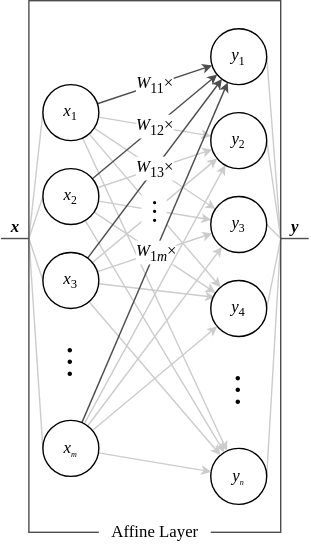
Earlier version of the draw.io export img/affine.svg (dragoon8192/LaundryTag). Source tidied: cells renumbered, new cells last; positions are measured from the earlier drawing's top-left corner, leaving out a move shared by most shapes. Source of this version:
```xml
<mxGraphModel>
  <root>
    <mxCell id="0" />
    <mxCell id="1" parent="0" />
    <mxCell id="2" style="endArrow=classic;html=1;rounded=0;labelBackgroundColor=default;sketch=0;strokeColor=#CCCCCC;strokeWidth=1;fontFamily=Times New Roman;fontSize=12;fontColor=default;startSize=4;endSize=4;sourcePerimeterSpacing=0;targetPerimeterSpacing=0;shape=connector;jumpStyle=none;jumpSize=4;" parent="1" edge="1" source="41" target="47">
      <mxGeometry relative="1" as="geometry" />
    </mxCell>
    <mxCell id="3" style="endArrow=classic;html=1;rounded=0;labelBackgroundColor=default;sketch=0;strokeColor=#CCCCCC;strokeWidth=1;fontFamily=Times New Roman;fontSize=12;fontColor=default;startSize=4;endSize=4;sourcePerimeterSpacing=0;targetPerimeterSpacing=0;shape=connector;jumpStyle=none;jumpSize=4;" parent="1" edge="1" source="43" target="46">
      <mxGeometry relative="1" as="geometry" />
    </mxCell>
    <mxCell id="4" style="endArrow=classic;html=1;rounded=0;labelBackgroundColor=default;sketch=0;strokeColor=#CCCCCC;strokeWidth=1;fontFamily=Times New Roman;fontSize=12;fontColor=default;startSize=4;endSize=4;sourcePerimeterSpacing=0;targetPerimeterSpacing=0;shape=connector;jumpStyle=none;jumpSize=4;" parent="1" edge="1" source="42" target="48">
      <mxGeometry relative="1" as="geometry" />
    </mxCell>
    <mxCell id="5" style="endArrow=none;html=1;rounded=0;strokeColor=#CCCCCC;entryX=1;entryY=0.5;entryDx=0;entryDy=0;" parent="1" edge="1" target="45">
      <mxGeometry relative="1" as="geometry">
        <mxPoint x="200" y="170" as="sourcePoint" />
      </mxGeometry>
    </mxCell>
    <mxCell id="6" style="endArrow=none;html=1;rounded=0;strokeColor=#CCCCCC;entryX=1;entryY=0.5;entryDx=0;entryDy=0;" parent="1" edge="1" target="46">
      <mxGeometry relative="1" as="geometry">
        <mxPoint x="200" y="170" as="sourcePoint" />
      </mxGeometry>
    </mxCell>
    <mxCell id="7" style="endArrow=none;html=1;rounded=0;strokeColor=#CCCCCC;entryX=1;entryY=0.5;entryDx=0;entryDy=0;" parent="1" edge="1" target="48">
      <mxGeometry relative="1" as="geometry">
        <mxPoint x="200" y="170" as="sourcePoint" />
      </mxGeometry>
    </mxCell>
    <mxCell id="8" style="endArrow=none;html=1;rounded=0;strokeColor=#CCCCCC;entryX=1;entryY=0.5;entryDx=0;entryDy=0;exitX=1;exitY=0.5;exitDx=0;exitDy=0;" parent="1" edge="1" source="47">
      <mxGeometry relative="1" as="geometry">
        <mxPoint x="200" y="170" as="targetPoint" />
      </mxGeometry>
    </mxCell>
    <mxCell id="9" style="endArrow=none;html=1;rounded=0;strokeColor=#CCCCCC;exitX=1;exitY=0.5;exitDx=0;exitDy=0;" parent="1" edge="1" source="17">
      <mxGeometry relative="1" as="geometry">
        <mxPoint x="200" y="170" as="targetPoint" />
      </mxGeometry>
    </mxCell>
    <mxCell id="10" style="endArrow=none;html=1;rounded=0;strokeColor=#CCCCCC;entryX=0;entryY=0.5;entryDx=0;entryDy=0;" parent="1" edge="1" target="41">
      <mxGeometry relative="1" as="geometry">
        <mxPoint x="20" y="170" as="sourcePoint" />
      </mxGeometry>
    </mxCell>
    <mxCell id="11" style="endArrow=none;html=1;rounded=0;strokeColor=#CCCCCC;entryX=0;entryY=0.5;entryDx=0;entryDy=0;" parent="1" edge="1" target="42">
      <mxGeometry relative="1" as="geometry">
        <mxPoint x="20" y="170" as="sourcePoint" />
      </mxGeometry>
    </mxCell>
    <mxCell id="12" style="endArrow=none;html=1;rounded=0;strokeColor=#CCCCCC;entryX=0;entryY=0.5;entryDx=0;entryDy=0;" parent="1" edge="1" target="43">
      <mxGeometry relative="1" as="geometry">
        <mxPoint x="20" y="170" as="sourcePoint" />
      </mxGeometry>
    </mxCell>
    <mxCell id="13" style="endArrow=none;html=1;rounded=0;strokeColor=#CCCCCC;entryX=0;entryY=0.5;entryDx=0;entryDy=0;" parent="1" edge="1" target="44">
      <mxGeometry relative="1" as="geometry">
        <mxPoint x="20" y="170" as="sourcePoint" />
      </mxGeometry>
    </mxCell>
    <mxCell id="14" style="group;labelBackgroundColor=none;spacing=0;" parent="1" vertex="1">
      <mxGeometry x="20" width="180" height="390" as="geometry" />
    </mxCell>
    <mxCell id="15" style="rounded=0;whiteSpace=wrap;html=1;strokeWidth=1;fontFamily=Times New Roman;fontSize=12;fontColor=default;fillColor=none;strokeColor=#4D4D4D;" parent="14" vertex="1">
      <mxGeometry width="180" height="380" as="geometry" />
    </mxCell>
    <mxCell id="16" value="Affine Layer" style="text;html=1;align=center;verticalAlign=middle;strokeColor=none;fillColor=default;fontSize=12;fontFamily=Times New Roman;fontColor=default;spacing=0;" parent="14" vertex="1">
      <mxGeometry x="50" y="370" width="80" height="20" as="geometry" />
    </mxCell>
    <mxCell id="17" value="&lt;font face=&quot;Times New Roman&quot;&gt;&lt;i style=&quot;font-size: 12px;&quot;&gt;y&lt;/i&gt;&lt;i style=&quot;font-size: 6.94444px;&quot;&gt;&lt;sub&gt;n&lt;/sub&gt;&lt;/i&gt;&lt;/font&gt;" style="ellipse;whiteSpace=wrap;html=1;" parent="14" vertex="1">
      <mxGeometry x="130" y="320" width="40" height="40" as="geometry" />
    </mxCell>
    <mxCell id="18" value="&lt;span style=&quot;color: rgb(0, 0, 0); font-family: &amp;quot;Times New Roman&amp;quot;; font-size: 24px; font-style: normal; font-variant-ligatures: normal; font-variant-caps: normal; font-weight: 400; letter-spacing: normal; orphans: 2; text-indent: 0px; text-transform: none; widows: 2; word-spacing: 0px; -webkit-text-stroke-width: 0px; text-decoration-thickness: initial; text-decoration-style: initial; text-decoration-color: initial; float: none; display: inline !important;&quot;&gt;︙&lt;/span&gt;" style="text;whiteSpace=wrap;html=1;fontFamily=Times New Roman;align=center;verticalAlign=middle;fontSize=24;labelBackgroundColor=none;" parent="14" vertex="1">
      <mxGeometry x="20" y="240" width="20" height="40" as="geometry" />
    </mxCell>
    <mxCell id="19" value="&lt;span style=&quot;color: rgb(0, 0, 0); font-family: &amp;quot;Times New Roman&amp;quot;; font-size: 24px; font-style: normal; font-variant-ligatures: normal; font-variant-caps: normal; font-weight: 400; letter-spacing: normal; orphans: 2; text-indent: 0px; text-transform: none; widows: 2; word-spacing: 0px; -webkit-text-stroke-width: 0px; text-decoration-thickness: initial; text-decoration-style: initial; text-decoration-color: initial; float: none; display: inline !important;&quot;&gt;︙&lt;/span&gt;" style="text;whiteSpace=wrap;html=1;fontFamily=Times New Roman;align=center;verticalAlign=middle;fontSize=24;labelBackgroundColor=none;" parent="14" vertex="1">
      <mxGeometry x="140" y="260" width="20" height="40" as="geometry" />
    </mxCell>
    <mxCell id="20" value="&lt;span style=&quot;color: rgb(0, 0, 0); font-family: &amp;quot;Times New Roman&amp;quot;; font-style: normal; font-variant-ligatures: normal; font-variant-caps: normal; font-weight: 400; letter-spacing: normal; orphans: 2; text-indent: 0px; text-transform: none; widows: 2; word-spacing: 0px; -webkit-text-stroke-width: 0px; text-decoration-thickness: initial; text-decoration-style: initial; text-decoration-color: initial; float: none; display: inline !important;&quot;&gt;&lt;font style=&quot;font-size: 18px;&quot;&gt;︙&lt;/font&gt;&lt;/span&gt;" style="text;whiteSpace=wrap;html=1;fontFamily=Times New Roman;align=center;verticalAlign=middle;fontSize=24;spacing=0;labelBackgroundColor=default;" parent="14" vertex="1">
      <mxGeometry x="80" y="130" width="20" height="40" as="geometry" />
    </mxCell>
    <mxCell id="21" value="&lt;span style=&quot;font-size: 12px;&quot;&gt;&lt;i style=&quot;&quot;&gt;W&lt;/i&gt;&lt;/span&gt;&lt;sub&gt;11&lt;/sub&gt;×" style="endArrow=classic;html=1;rounded=0;labelBackgroundColor=default;sketch=0;strokeColor=#4D4D4D;strokeWidth=1;fontFamily=Times New Roman;fontSize=12;fontColor=default;startSize=4;endSize=4;sourcePerimeterSpacing=0;targetPerimeterSpacing=0;shape=connector;jumpStyle=none;jumpSize=4;" parent="1" edge="1" source="41" target="45">
      <mxGeometry relative="1" as="geometry" />
    </mxCell>
    <mxCell id="22" style="endArrow=classic;html=1;rounded=0;labelBackgroundColor=default;sketch=0;strokeColor=#CCCCCC;strokeWidth=1;fontFamily=Times New Roman;fontSize=12;fontColor=default;startSize=4;endSize=4;sourcePerimeterSpacing=0;targetPerimeterSpacing=0;shape=connector;jumpStyle=none;jumpSize=4;" parent="1" edge="1" source="42" target="46">
      <mxGeometry relative="1" as="geometry" />
    </mxCell>
    <mxCell id="23" style="endArrow=classic;html=1;rounded=0;labelBackgroundColor=default;sketch=0;strokeColor=#CCCCCC;strokeWidth=1;fontFamily=Times New Roman;fontSize=12;fontColor=default;startSize=4;endSize=4;sourcePerimeterSpacing=0;targetPerimeterSpacing=0;shape=connector;jumpStyle=none;jumpSize=4;" parent="1" edge="1" source="43" target="48">
      <mxGeometry relative="1" as="geometry" />
    </mxCell>
    <mxCell id="24" style="endArrow=classic;html=1;rounded=0;labelBackgroundColor=default;sketch=0;strokeColor=#CCCCCC;strokeWidth=1;fontFamily=Times New Roman;fontSize=12;fontColor=default;startSize=4;endSize=4;sourcePerimeterSpacing=0;targetPerimeterSpacing=0;shape=connector;jumpStyle=none;jumpSize=4;" parent="1" edge="1" source="41" target="46">
      <mxGeometry relative="1" as="geometry" />
    </mxCell>
    <mxCell id="25" style="endArrow=classic;html=1;rounded=0;labelBackgroundColor=default;sketch=0;strokeColor=#CCCCCC;strokeWidth=1;fontFamily=Times New Roman;fontSize=12;fontColor=default;startSize=4;endSize=4;sourcePerimeterSpacing=0;targetPerimeterSpacing=0;shape=connector;jumpStyle=none;jumpSize=4;" parent="1" edge="1" source="41" target="48">
      <mxGeometry relative="1" as="geometry" />
    </mxCell>
    <mxCell id="26" style="endArrow=classic;html=1;rounded=0;labelBackgroundColor=default;sketch=0;strokeColor=#CCCCCC;strokeWidth=1;fontFamily=Times New Roman;fontSize=12;fontColor=default;startSize=4;endSize=4;sourcePerimeterSpacing=0;targetPerimeterSpacing=0;shape=connector;jumpStyle=none;jumpSize=4;" parent="1" edge="1" source="41" target="17">
      <mxGeometry relative="1" as="geometry" />
    </mxCell>
    <mxCell id="27" style="endArrow=classic;html=1;rounded=0;labelBackgroundColor=default;sketch=0;strokeColor=#CCCCCC;strokeWidth=1;fontFamily=Times New Roman;fontSize=12;fontColor=default;startSize=4;endSize=4;sourcePerimeterSpacing=0;targetPerimeterSpacing=0;shape=connector;jumpStyle=none;jumpSize=4;" parent="1" edge="1" source="42" target="47">
      <mxGeometry relative="1" as="geometry" />
    </mxCell>
    <mxCell id="28" style="endArrow=classic;html=1;rounded=0;labelBackgroundColor=default;sketch=0;strokeColor=#CCCCCC;strokeWidth=1;fontFamily=Times New Roman;fontSize=12;fontColor=default;startSize=4;endSize=4;sourcePerimeterSpacing=0;targetPerimeterSpacing=0;shape=connector;jumpStyle=none;jumpSize=4;" parent="1" edge="1" source="42" target="17">
      <mxGeometry relative="1" as="geometry" />
    </mxCell>
    <mxCell id="29" style="endArrow=classic;html=1;rounded=0;labelBackgroundColor=default;sketch=0;strokeColor=#CCCCCC;strokeWidth=1;fontFamily=Times New Roman;fontSize=12;fontColor=default;startSize=4;endSize=4;sourcePerimeterSpacing=0;targetPerimeterSpacing=0;shape=connector;jumpStyle=none;jumpSize=4;entryX=0.074;entryY=0.301;entryDx=0;entryDy=0;entryPerimeter=0;" parent="1" edge="1" source="43" target="47">
      <mxGeometry relative="1" as="geometry" />
    </mxCell>
    <mxCell id="30" style="endArrow=classic;html=1;rounded=0;labelBackgroundColor=default;sketch=0;strokeColor=#CCCCCC;strokeWidth=1;fontFamily=Times New Roman;fontSize=12;fontColor=default;startSize=4;endSize=4;sourcePerimeterSpacing=0;targetPerimeterSpacing=0;shape=connector;jumpStyle=none;jumpSize=4;" parent="1" edge="1" source="43" target="17">
      <mxGeometry relative="1" as="geometry" />
    </mxCell>
    <mxCell id="31" style="endArrow=classic;html=1;rounded=0;labelBackgroundColor=default;sketch=0;strokeColor=#4D4D4D;strokeWidth=1;fontFamily=Times New Roman;fontSize=12;fontColor=default;startSize=4;endSize=4;sourcePerimeterSpacing=0;targetPerimeterSpacing=0;shape=connector;jumpStyle=none;jumpSize=4;" parent="1" edge="1" source="44" target="45">
      <mxGeometry relative="1" as="geometry" />
    </mxCell>
    <mxCell id="32" value="&lt;i&gt;W&lt;/i&gt;&lt;sub&gt;1&lt;i&gt;m&lt;/i&gt;&lt;/sub&gt;×" style="edgeLabel;html=1;align=center;verticalAlign=middle;fontSize=12;fontFamily=Times New Roman;fontColor=default;" parent="31" vertex="1">
      <mxGeometry x="0.1" y="-1" relative="1" as="geometry">
        <mxPoint x="-6" y="12" as="offset" />
      </mxGeometry>
    </mxCell>
    <mxCell id="33" style="endArrow=classic;html=1;rounded=0;labelBackgroundColor=default;sketch=0;strokeColor=#CCCCCC;strokeWidth=1;fontFamily=Times New Roman;fontSize=12;fontColor=default;startSize=4;endSize=4;sourcePerimeterSpacing=0;targetPerimeterSpacing=0;shape=connector;jumpStyle=none;jumpSize=4;" parent="1" edge="1" source="44" target="46">
      <mxGeometry relative="1" as="geometry" />
    </mxCell>
    <mxCell id="34" style="endArrow=classic;html=1;rounded=0;labelBackgroundColor=default;sketch=0;strokeColor=#CCCCCC;strokeWidth=1;fontFamily=Times New Roman;fontSize=12;fontColor=default;startSize=4;endSize=4;sourcePerimeterSpacing=0;targetPerimeterSpacing=0;shape=connector;jumpStyle=none;jumpSize=4;" parent="1" edge="1" source="44" target="48">
      <mxGeometry relative="1" as="geometry" />
    </mxCell>
    <mxCell id="35" style="endArrow=classic;html=1;rounded=0;labelBackgroundColor=default;sketch=0;strokeColor=#CCCCCC;strokeWidth=1;fontFamily=Times New Roman;fontSize=12;fontColor=default;startSize=4;endSize=4;sourcePerimeterSpacing=0;targetPerimeterSpacing=0;shape=connector;jumpStyle=none;jumpSize=4;" parent="1" edge="1" source="44" target="47">
      <mxGeometry relative="1" as="geometry" />
    </mxCell>
    <mxCell id="36" style="endArrow=classic;html=1;rounded=0;labelBackgroundColor=default;sketch=0;strokeColor=#CCCCCC;strokeWidth=1;fontFamily=Times New Roman;fontSize=12;fontColor=default;startSize=4;endSize=4;sourcePerimeterSpacing=0;targetPerimeterSpacing=0;shape=connector;jumpStyle=none;jumpSize=4;" parent="1" edge="1" source="44" target="17">
      <mxGeometry relative="1" as="geometry" />
    </mxCell>
    <mxCell id="37" value="&lt;b&gt;&lt;i&gt;x&lt;/i&gt;&lt;/b&gt;" style="endArrow=none;html=1;rounded=0;labelBackgroundColor=default;sketch=0;strokeColor=#4D4D4D;strokeWidth=1;fontFamily=Times New Roman;fontSize=12;fontColor=default;startSize=4;endSize=4;sourcePerimeterSpacing=0;targetPerimeterSpacing=0;shape=connector;jumpStyle=none;jumpSize=4;spacing=1;spacingLeft=0;labelBorderColor=none;verticalAlign=bottom;labelPosition=center;verticalLabelPosition=middle;align=center;" parent="1" edge="1">
      <mxGeometry relative="1" as="geometry">
        <mxPoint y="170" as="sourcePoint" />
        <mxPoint x="20" y="170" as="targetPoint" />
        <Array as="points">
          <mxPoint x="10" y="170" />
        </Array>
      </mxGeometry>
    </mxCell>
    <mxCell id="38" value="&lt;i&gt;W&lt;/i&gt;&lt;sub&gt;12&lt;/sub&gt;×" style="endArrow=classic;html=1;rounded=0;labelBackgroundColor=default;sketch=0;strokeColor=#4D4D4D;strokeWidth=1;fontFamily=Times New Roman;fontSize=12;fontColor=default;startSize=4;endSize=4;sourcePerimeterSpacing=0;targetPerimeterSpacing=0;shape=connector;jumpStyle=none;jumpSize=4;" parent="1" edge="1" source="42" target="45">
      <mxGeometry relative="1" as="geometry" />
    </mxCell>
    <mxCell id="39" value="&lt;i&gt;W&lt;/i&gt;&lt;sub&gt;13&lt;/sub&gt;×" style="endArrow=classic;html=1;rounded=0;labelBackgroundColor=default;sketch=0;strokeColor=#4D4D4D;strokeWidth=1;fontFamily=Times New Roman;fontSize=12;fontColor=default;startSize=4;endSize=4;sourcePerimeterSpacing=0;targetPerimeterSpacing=0;shape=connector;jumpStyle=none;jumpSize=4;" parent="1" edge="1" source="43" target="45">
      <mxGeometry relative="1" as="geometry" />
    </mxCell>
    <mxCell id="40" value="&lt;b&gt;&lt;i&gt;y&lt;/i&gt;&lt;/b&gt;" style="endArrow=none;html=1;rounded=0;labelBackgroundColor=default;sketch=0;strokeColor=#4D4D4D;strokeWidth=1;fontFamily=Times New Roman;fontSize=12;fontColor=default;startSize=4;endSize=4;sourcePerimeterSpacing=0;targetPerimeterSpacing=0;shape=connector;jumpStyle=none;jumpSize=4;spacing=1;spacingLeft=0;labelBorderColor=none;verticalAlign=bottom;" parent="1" edge="1">
      <mxGeometry relative="1" as="geometry">
        <mxPoint x="200" y="170" as="sourcePoint" />
        <mxPoint x="220" y="170" as="targetPoint" />
        <Array as="points">
          <mxPoint x="210" y="170" />
        </Array>
      </mxGeometry>
    </mxCell>
    <mxCell id="41" value="&lt;font size=&quot;1&quot; face=&quot;Times New Roman&quot;&gt;&lt;i style=&quot;font-size: 12px;&quot;&gt;x&lt;/i&gt;&lt;/font&gt;&lt;font size=&quot;1&quot; face=&quot;Times New Roman&quot; style=&quot;&quot;&gt;&lt;sub style=&quot;font-size: 9px;&quot;&gt;1&lt;/sub&gt;&lt;/font&gt;" style="ellipse;whiteSpace=wrap;html=1;" parent="1" vertex="1">
      <mxGeometry x="30" y="60" width="40" height="40" as="geometry" />
    </mxCell>
    <mxCell id="42" value="&lt;font size=&quot;1&quot; face=&quot;Times New Roman&quot;&gt;&lt;i style=&quot;font-size: 12px;&quot;&gt;x&lt;/i&gt;&lt;/font&gt;&lt;font face=&quot;Times New Roman&quot; style=&quot;font-size: 10px;&quot;&gt;&lt;sub&gt;2&lt;/sub&gt;&lt;/font&gt;" style="ellipse;whiteSpace=wrap;html=1;" parent="1" vertex="1">
      <mxGeometry x="30" y="120" width="40" height="40" as="geometry" />
    </mxCell>
    <mxCell id="43" value="&lt;font size=&quot;1&quot; face=&quot;Times New Roman&quot;&gt;&lt;i style=&quot;font-size: 12px;&quot;&gt;x&lt;/i&gt;&lt;/font&gt;&lt;font size=&quot;1&quot; face=&quot;Times New Roman&quot; style=&quot;&quot;&gt;&lt;sub style=&quot;font-size: 9px;&quot;&gt;3&lt;/sub&gt;&lt;/font&gt;" style="ellipse;whiteSpace=wrap;html=1;" parent="1" vertex="1">
      <mxGeometry x="30" y="180" width="40" height="40" as="geometry" />
    </mxCell>
    <mxCell id="44" value="&lt;font face=&quot;Times New Roman&quot;&gt;&lt;i style=&quot;font-size: 12px;&quot;&gt;x&lt;/i&gt;&lt;i style=&quot;font-size: 6.94444px;&quot;&gt;&lt;sub&gt;m&lt;/sub&gt;&lt;/i&gt;&lt;/font&gt;" style="ellipse;whiteSpace=wrap;html=1;" parent="1" vertex="1">
      <mxGeometry x="30" y="300" width="40" height="40" as="geometry" />
    </mxCell>
    <mxCell id="45" value="&lt;font face=&quot;Times New Roman&quot; style=&quot;&quot;&gt;&lt;span style=&quot;font-size: 12px;&quot;&gt;&lt;i style=&quot;&quot;&gt;y&lt;/i&gt;&lt;/span&gt;&lt;sub style=&quot;font-size: 9px;&quot;&gt;1&lt;/sub&gt;&lt;/font&gt;" style="ellipse;whiteSpace=wrap;html=1;" parent="1" vertex="1">
      <mxGeometry x="150" y="20" width="40" height="40" as="geometry" />
    </mxCell>
    <mxCell id="46" value="&lt;font size=&quot;1&quot; face=&quot;Times New Roman&quot;&gt;&lt;i style=&quot;font-size: 12px;&quot;&gt;y&lt;/i&gt;&lt;/font&gt;&lt;font face=&quot;Times New Roman&quot; style=&quot;font-size: 10px;&quot;&gt;&lt;sub&gt;2&lt;/sub&gt;&lt;/font&gt;" style="ellipse;whiteSpace=wrap;html=1;" parent="1" vertex="1">
      <mxGeometry x="150" y="80" width="40" height="40" as="geometry" />
    </mxCell>
    <mxCell id="47" value="&lt;font size=&quot;1&quot; face=&quot;Times New Roman&quot;&gt;&lt;i style=&quot;font-size: 12px;&quot;&gt;y&lt;/i&gt;&lt;/font&gt;&lt;font size=&quot;1&quot; face=&quot;Times New Roman&quot; style=&quot;&quot;&gt;&lt;sub style=&quot;font-size: 9px;&quot;&gt;4&lt;/sub&gt;&lt;/font&gt;" style="ellipse;whiteSpace=wrap;html=1;" parent="1" vertex="1">
      <mxGeometry x="150" y="200" width="40" height="40" as="geometry" />
    </mxCell>
    <mxCell id="48" value="&lt;font size=&quot;1&quot; face=&quot;Times New Roman&quot;&gt;&lt;i style=&quot;font-size: 12px;&quot;&gt;y&lt;/i&gt;&lt;/font&gt;&lt;font face=&quot;Times New Roman&quot; style=&quot;font-size: 10px;&quot;&gt;&lt;sub&gt;3&lt;/sub&gt;&lt;/font&gt;" style="ellipse;whiteSpace=wrap;html=1;" parent="1" vertex="1">
      <mxGeometry x="150" y="140" width="40" height="40" as="geometry" />
    </mxCell>
  </root>
</mxGraphModel>
```
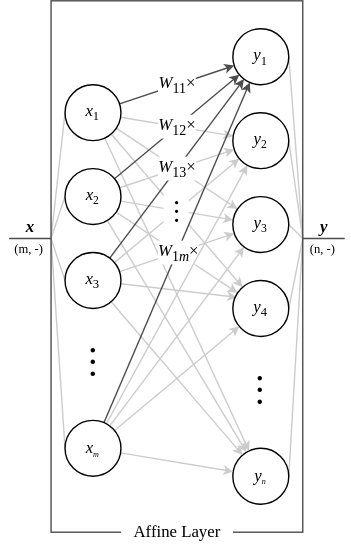
After the change.

The edit, as a diff of the source:
```diff
@@ -129,7 +129,7 @@
     </mxCell>
     <mxCell id="37" value="&lt;b&gt;&lt;i&gt;x&lt;/i&gt;&lt;/b&gt;" style="endArrow=none;html=1;rounded=0;labelBackgroundColor=default;sketch=0;strokeColor=#4D4D4D;strokeWidth=1;fontFamily=Times New Roman;fontSize=12;fontColor=default;startSize=4;endSize=4;sourcePerimeterSpacing=0;targetPerimeterSpacing=0;shape=connector;jumpStyle=none;jumpSize=4;spacing=1;spacingLeft=0;labelBorderColor=none;verticalAlign=bottom;labelPosition=center;verticalLabelPosition=middle;align=center;" parent="1" edge="1">
       <mxGeometry relative="1" as="geometry">
-        <mxPoint y="170" as="sourcePoint" />
+        <mxPoint x="-10" y="170" as="sourcePoint" />
         <mxPoint x="20" y="170" as="targetPoint" />
         <Array as="points">
           <mxPoint x="10" y="170" />
@@ -145,7 +145,7 @@
     <mxCell id="40" value="&lt;b&gt;&lt;i&gt;y&lt;/i&gt;&lt;/b&gt;" style="endArrow=none;html=1;rounded=0;labelBackgroundColor=default;sketch=0;strokeColor=#4D4D4D;strokeWidth=1;fontFamily=Times New Roman;fontSize=12;fontColor=default;startSize=4;endSize=4;sourcePerimeterSpacing=0;targetPerimeterSpacing=0;shape=connector;jumpStyle=none;jumpSize=4;spacing=1;spacingLeft=0;labelBorderColor=none;verticalAlign=bottom;" parent="1" edge="1">
       <mxGeometry relative="1" as="geometry">
         <mxPoint x="200" y="170" as="sourcePoint" />
-        <mxPoint x="220" y="170" as="targetPoint" />
+        <mxPoint x="230" y="170" as="targetPoint" />
         <Array as="points">
           <mxPoint x="210" y="170" />
         </Array>
@@ -175,5 +175,11 @@
     <mxCell id="48" value="&lt;font size=&quot;1&quot; face=&quot;Times New Roman&quot;&gt;&lt;i style=&quot;font-size: 12px;&quot;&gt;y&lt;/i&gt;&lt;/font&gt;&lt;font face=&quot;Times New Roman&quot; style=&quot;font-size: 10px;&quot;&gt;&lt;sub&gt;3&lt;/sub&gt;&lt;/font&gt;" style="ellipse;whiteSpace=wrap;html=1;" parent="1" vertex="1">
       <mxGeometry x="150" y="140" width="40" height="40" as="geometry" />
     </mxCell>
+    <mxCell id="49" value="&lt;font style=&quot;font-size: 9px;&quot;&gt;(m, -)&lt;/font&gt;" style="text;html=1;align=center;verticalAlign=middle;strokeColor=none;fillColor=none;fontSize=18;fontFamily=Times New Roman;spacing=0;labelBackgroundColor=none;" parent="1" vertex="1">
+      <mxGeometry x="-16" y="160" width="40" height="30" as="geometry" />
+    </mxCell>
+    <mxCell id="50" value="&lt;font style=&quot;font-size: 9px;&quot;&gt;(n, -)&lt;/font&gt;" style="text;html=1;align=center;verticalAlign=middle;strokeColor=none;fillColor=none;fontSize=18;fontFamily=Times New Roman;spacing=0;labelBackgroundColor=none;" parent="1" vertex="1">
+      <mxGeometry x="194" y="160" width="40" height="30" as="geometry" />
+    </mxCell>
   </root>
 </mxGraphModel>
```
